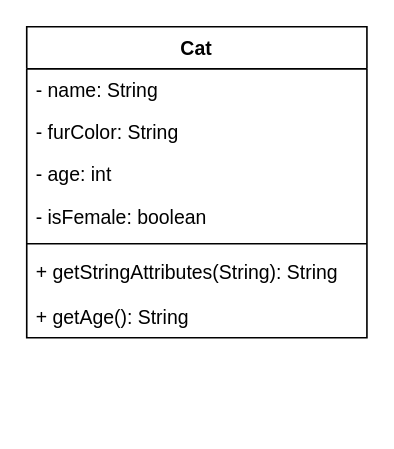
Earlier version of the draw.io diagram page "Cat_3" (3 of 3) of classdiagram.drawio (Bernhard1966/02c_Classes_Objects_2). Source tidied: cells renumbered, new cells numbered last; positions are measured from the earlier drawing's top-left corner, leaving out a move shared by most shapes. Both pictures are drawn from the tidied source at 162%, with x=0, y=0 at pixel (26, 26).
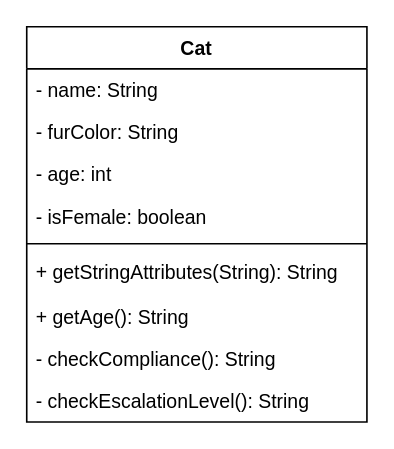
Above is the later version.

Commit message (it also covers changes not shown here):
checkCompliance() / checkEscalationLevel()

Change to the diagram source:
```diff
@@
 <mxGraphModel>
   <root>
     <mxCell id="0" />
     <mxCell id="1" parent="0" />
     <mxCell id="2" value="Cat" style="swimlane;fontStyle=1;align=center;verticalAlign=top;horizontal=1;startSize=26;" parent="1" vertex="1">
-      <mxGeometry width="210" height="192" as="geometry" />
+      <mxGeometry width="210" height="244" as="geometry" />
     </mxCell>
     <mxCell id="3" value="- name: String" style="text;strokeColor=none;fillColor=none;align=left;verticalAlign=top;spacingLeft=4;spacingRight=4;overflow=hidden;" parent="2" vertex="1">
       <mxGeometry y="26" width="210" height="26" as="geometry" />
     </mxCell>
     <mxCell id="4" value="- furColor: String" style="text;strokeColor=none;fillColor=none;align=left;verticalAlign=top;spacingLeft=4;spacingRight=4;overflow=hidden;" parent="2" vertex="1">
       <mxGeometry y="52" width="210" height="26" as="geometry" />
     </mxCell>
     <mxCell id="5" value="- age: int" style="text;strokeColor=none;fillColor=none;align=left;verticalAlign=top;spacingLeft=4;spacingRight=4;overflow=hidden;" parent="2" vertex="1">
       <mxGeometry y="78" width="210" height="26" as="geometry" />
     </mxCell>
     <mxCell id="6" value="- isFemale: boolean" style="text;strokeColor=none;fillColor=none;align=left;verticalAlign=top;spacingLeft=4;spacingRight=4;overflow=hidden;" parent="2" vertex="1">
       <mxGeometry y="104" width="210" height="26" as="geometry" />
     </mxCell>
     <mxCell id="7" style="line;strokeWidth=1;fillColor=none;align=left;verticalAlign=middle;spacingTop=-1;spacingLeft=3;spacingRight=3;labelPosition=right;" parent="2" vertex="1">
       <mxGeometry y="130" width="210" height="8" as="geometry" />
     </mxCell>
     <mxCell id="8" value="+ getStringAttributes(String): String" style="text;strokeColor=none;fillColor=none;align=left;verticalAlign=top;spacingLeft=4;spacingRight=4;overflow=hidden;" parent="2" vertex="1">
       <mxGeometry y="138" width="210" height="28" as="geometry" />
     </mxCell>
     <mxCell id="9" value="+ getAge(): String" style="text;strokeColor=none;fillColor=none;align=left;verticalAlign=top;spacingLeft=4;spacingRight=4;overflow=hidden;" parent="2" vertex="1">
       <mxGeometry y="166" width="210" height="26" as="geometry" />
     </mxCell>
+    <mxCell id="10" value="- checkCompliance(): String" style="text;strokeColor=none;fillColor=none;align=left;verticalAlign=top;spacingLeft=4;spacingRight=4;overflow=hidden;" parent="2" vertex="1">
+      <mxGeometry y="192" width="210" height="26" as="geometry" />
+    </mxCell>
+    <mxCell id="11" value="- checkEscalationLevel(): String" style="text;strokeColor=none;fillColor=none;align=left;verticalAlign=top;spacingLeft=4;spacingRight=4;overflow=hidden;" parent="2" vertex="1">
+      <mxGeometry y="218" width="210" height="26" as="geometry" />
+    </mxCell>
   </root>
 </mxGraphModel>
```
